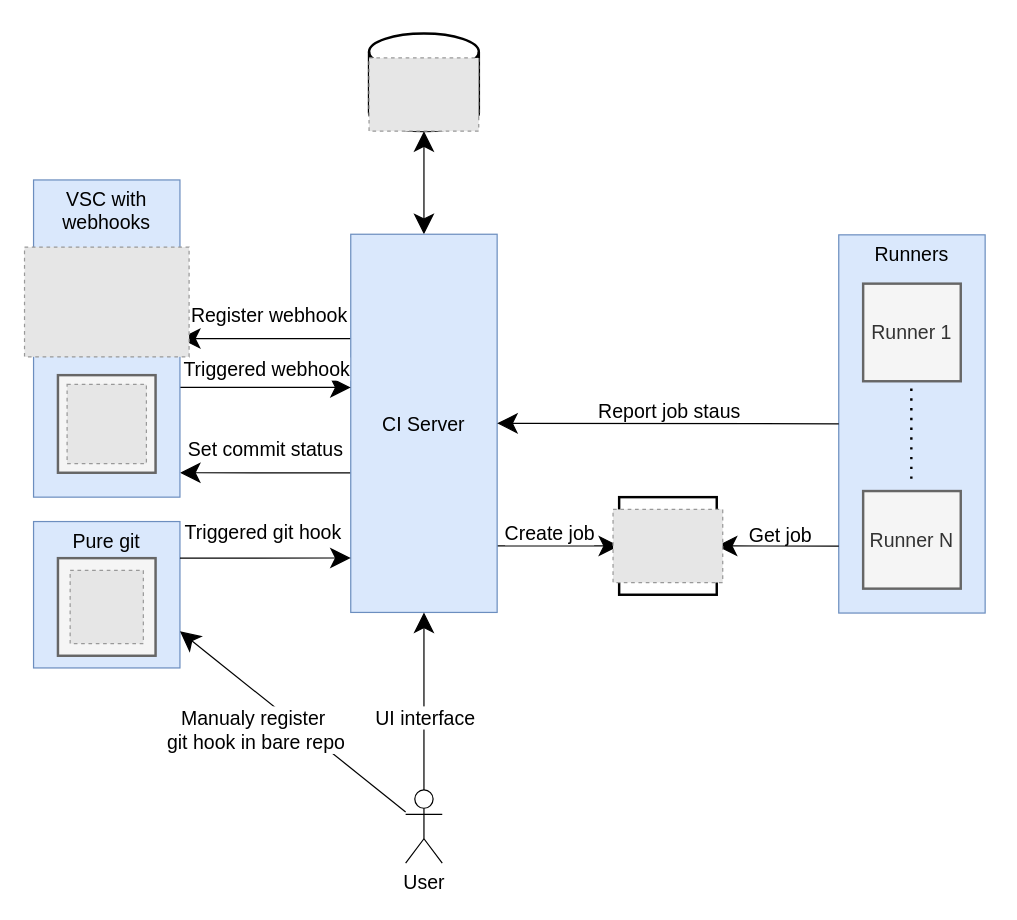
FilipSolich/shark-ci keeps this draw.io diagram as docs/architecture.drawio. Above is the earlier version. Source tidied: cells renumbered, new cells numbered last; positions are measured from the earlier drawing's top-left corner, leaving out a move shared by most shapes. Both pictures are drawn from the tidied source at 122%, with x=0, y=0 at pixel (24, 33). Pictures stored in the file or linked from it are replaced by grey dashed boxes.
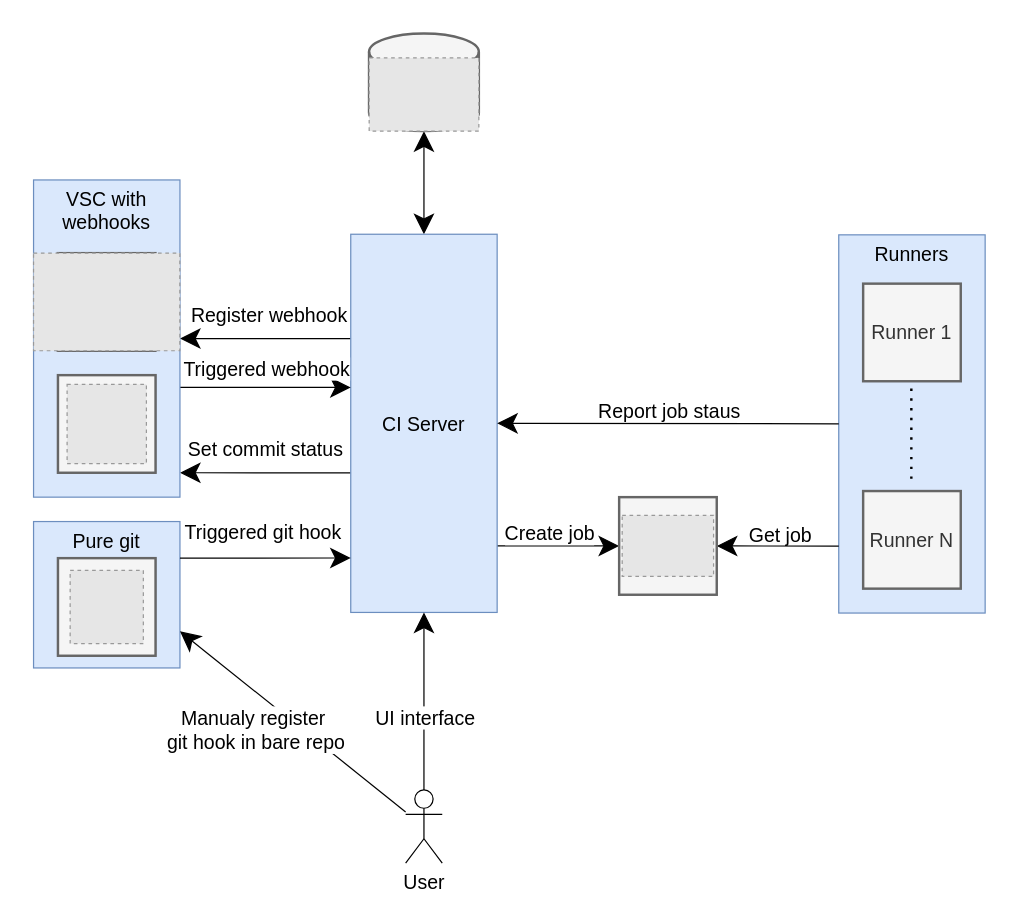
Above is the later version.

Unchanged cells that the change refers to:
```xml
<mxCell id="40" style="group;" parent="1" vertex="1">
  <mxGeometry x="282" width="90" height="80" as="geometry" />
</mxCell>
```

Diff of the diagram source:
```diff
@@
+    <mxCell id="46" style="rounded=0;whiteSpace=wrap;html=1;strokeColor=none;" parent="1" vertex="1">
+      <mxGeometry x="-3" y="-10" width="800" height="720" as="geometry" />
+    </mxCell>
@@
-    <mxCell id="33" style="group;" parent="1" vertex="1">
-      <mxGeometry x="-0.4" y="120" width="134.9" height="260" as="geometry" />
-    </mxCell>
+    <mxCell id="47" style="group;" parent="1" vertex="1">
+      <mxGeometry x="7" y="120" width="120" height="260" as="geometry" />
+    </mxCell>
-    <mxCell id="34" value="&lt;span style=&quot;font-size: 16px&quot;&gt;VSC with webhooks&lt;/span&gt;" style="rounded=0;whiteSpace=wrap;html=1;fillColor=#dae8fc;strokeColor=#6c8ebf;verticalAlign=top;" parent="33" vertex="1">
-      <mxGeometry x="7.4" width="120" height="260" as="geometry" />
+    <mxCell id="34" value="&lt;span style=&quot;font-size: 16px&quot;&gt;VSC with webhooks&lt;/span&gt;" style="rounded=0;whiteSpace=wrap;html=1;fillColor=#dae8fc;strokeColor=#6c8ebf;verticalAlign=top;" parent="47" vertex="1">
+      <mxGeometry width="120" height="260" as="geometry" />
     </mxCell>
-    <mxCell id="35" style="whiteSpace=wrap;html=1;strokeWidth=2;fillColor=#f5f5f5;fontColor=#333333;strokeColor=#666666;" parent="33" vertex="1">
-      <mxGeometry x="27.4" y="60" width="80" height="80" as="geometry" />
+    <mxCell id="35" style="whiteSpace=wrap;html=1;strokeWidth=2;fillColor=#f5f5f5;fontColor=#333333;strokeColor=#666666;" parent="47" vertex="1">
+      <mxGeometry x="19.9" y="60" width="80" height="80" as="geometry" />
     </mxCell>
-    <mxCell id="36" style="group;fillColor=#f5f5f5;fontColor=#333333;strokeColor=#666666;" parent="33" vertex="1">
-      <mxGeometry x="27.4" y="160" width="80" height="80" as="geometry" />
+    <mxCell id="36" style="group;fillColor=#f5f5f5;fontColor=#333333;strokeColor=#666666;" parent="47" vertex="1">
+      <mxGeometry x="20" y="160" width="80" height="80" as="geometry" />
     </mxCell>
@@
-    <mxCell id="39" style="fillColor=#E6E6E6;strokeColor=#999999;dashed=1;verticalLabelPosition=bottom;verticalAlign=top;" parent="33" vertex="1">
-      <mxGeometry y="55" width="134.9" height="90" as="geometry" />
-    </mxCell>
+    <mxCell id="48" style="fillColor=#E6E6E6;strokeColor=#999999;dashed=1;verticalLabelPosition=bottom;verticalAlign=top;" parent="47" vertex="1">
+      <mxGeometry y="60" width="119.9" height="80" as="geometry" />
+    </mxCell>
@@
-    <mxCell id="41" style="shape=cylinder3;whiteSpace=wrap;html=1;boundedLbl=1;backgroundOutline=1;size=15;fontSize=16;strokeWidth=2;" parent="40" vertex="1">
+    <mxCell id="41" style="shape=cylinder3;whiteSpace=wrap;html=1;boundedLbl=1;backgroundOutline=1;size=15;fontSize=16;strokeWidth=2;fillColor=#f5f5f5;fontColor=#333333;strokeColor=#666666;" parent="40" vertex="1">
       <mxGeometry width="90" height="80" as="geometry" />
     </mxCell>
-    <mxCell id="42" style="fillColor=#E6E6E6;strokeColor=#999999;dashed=1;verticalLabelPosition=bottom;verticalAlign=top;" parent="40" vertex="1">
-      <mxGeometry y="20" width="89.9" height="60" as="geometry" />
-    </mxCell>
-    <mxCell id="43" style="group;" parent="1" vertex="1">
-      <mxGeometry x="482" y="380" width="89.9" height="80" as="geometry" />
-    </mxCell>
+    <mxCell id="49" style="fillColor=#E6E6E6;strokeColor=#999999;dashed=1;verticalLabelPosition=bottom;verticalAlign=top;" parent="40" vertex="1">
+      <mxGeometry x="0.1" y="20" width="89.9" height="60" as="geometry" />
+    </mxCell>
+    <mxCell id="50" style="group;" parent="1" vertex="1">
+      <mxGeometry x="487" y="380" width="80" height="80" as="geometry" />
+    </mxCell>
-    <mxCell id="44" style="whiteSpace=wrap;html=1;fontSize=16;strokeWidth=2;" parent="43" vertex="1">
-      <mxGeometry x="5" width="80" height="80" as="geometry" />
+    <mxCell id="44" style="whiteSpace=wrap;html=1;fontSize=16;strokeWidth=2;fillColor=#f5f5f5;fontColor=#333333;strokeColor=#666666;" parent="50" vertex="1">
+      <mxGeometry width="80" height="80" as="geometry" />
     </mxCell>
-    <mxCell id="45" style="fillColor=#E6E6E6;strokeColor=#999999;dashed=1;verticalLabelPosition=bottom;verticalAlign=top;" parent="43" vertex="1">
-      <mxGeometry y="10" width="89.9" height="60" as="geometry" />
-    </mxCell>
+    <mxCell id="51" style="fillColor=#E6E6E6;strokeColor=#999999;dashed=1;verticalLabelPosition=bottom;verticalAlign=top;" parent="50" vertex="1">
+      <mxGeometry x="2.5" y="15" width="74.9" height="50" as="geometry" />
+    </mxCell>
```
